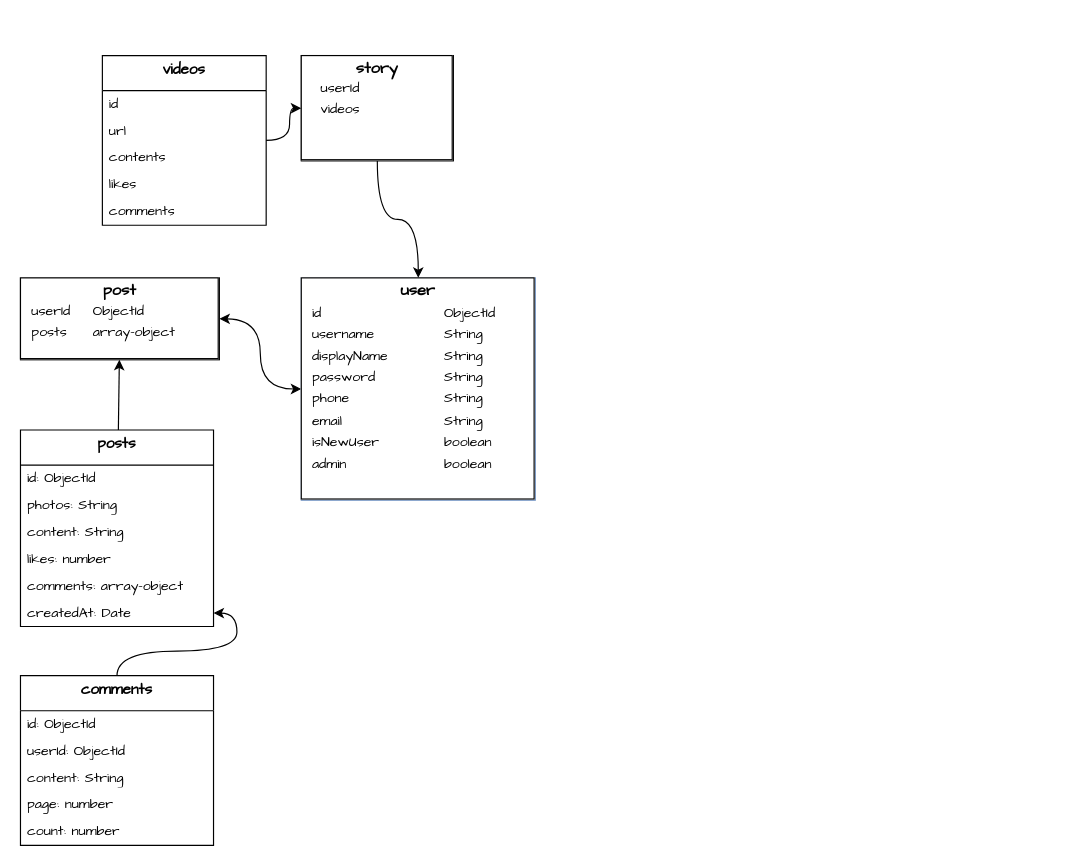
Above: Biểu đồ không có tiêu đề.drawio in Baodt2911/diagram_HobbyHub (draw.io), before the change. Source tidied: cells renumbered, new cells numbered last; positions are measured from the earlier drawing's top-left corner, leaving out a move shared by most shapes. Both pictures are drawn from the tidied source at 117%, with x=0, y=0 at pixel (20, 55).
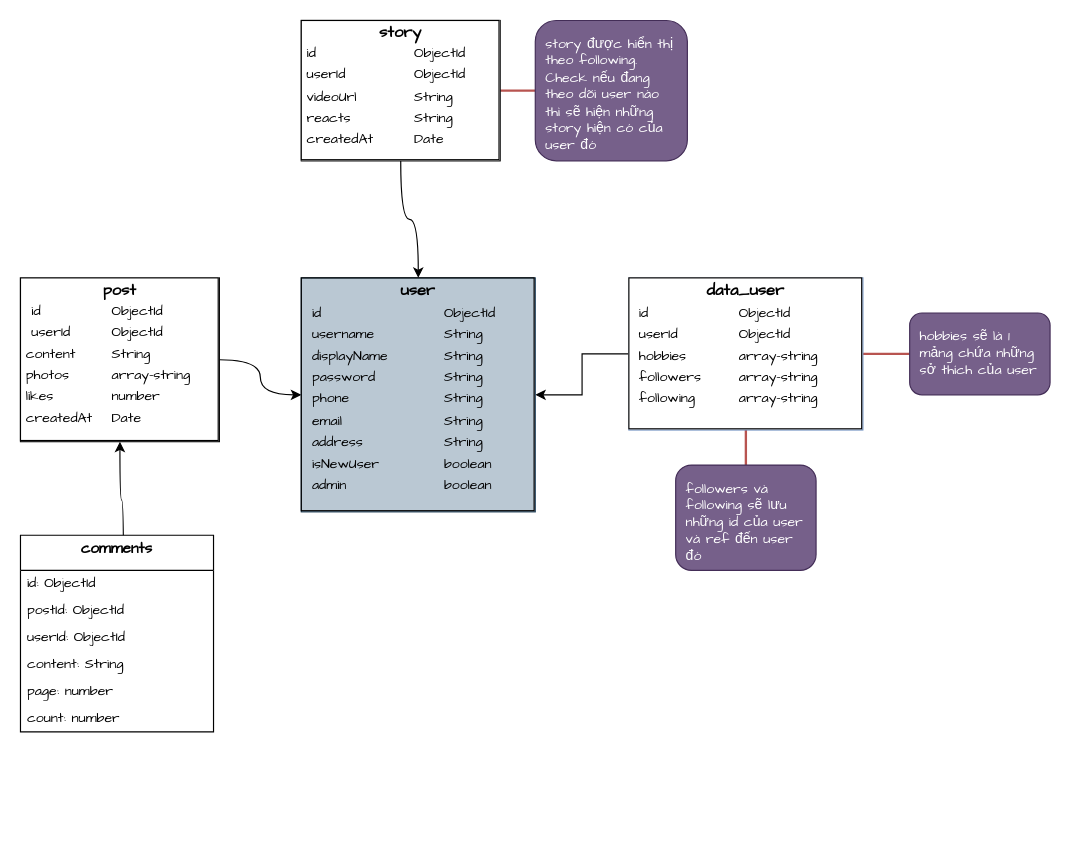
After the change.

The change refers to these unchanged cells:
```xml
<mxCell id="24" value="id: ObjectId" style="text;strokeColor=none;fillColor=none;align=left;verticalAlign=middle;spacingLeft=4;spacingRight=4;overflow=hidden;points=[[0,0.5],[1,0.5]];portConstraint=eastwest;whiteSpace=wrap;html=1;fontSize=12;fontFamily=Comic Sans MS;fontColor=default;" parent="23" vertex="1">
  <mxGeometry y="30" width="165" height="23" as="geometry" />
</mxCell>
```

The edit, as a diff of the source:
```diff
@@
-    <mxCell id="2" style="edgeStyle=orthogonalEdgeStyle;rounded=0;jettySize=auto;html=1;fontFamily=Comic Sans MS;fontSize=12;fontColor=default;curved=1;startArrow=classic;startFill=1;" parent="1" edge="1" source="3" target="4">
+    <mxCell id="2" style="edgeStyle=orthogonalEdgeStyle;rounded=0;jettySize=auto;html=1;fontFamily=Comic Sans MS;fontSize=12;fontColor=default;curved=1;startArrow=classic;startFill=1;endArrow=none;endFill=0;" parent="1" edge="1" source="3" target="4">
       <mxGeometry relative="1" as="geometry" />
     </mxCell>
+    <mxCell id="29" style="edgeStyle=orthogonalEdgeStyle;rounded=0;jettySize=auto;html=1;startArrow=classic;startFill=1;endArrow=none;endFill=0;" parent="1" edge="1" source="3" target="35">
+      <mxGeometry relative="1" as="geometry" />
+    </mxCell>
-    <mxCell id="3" value="&lt;div style=&quot;text-align: center; box-sizing: border-box; width: 100%; background-image: initial; background-position: initial; background-size: initial; background-repeat: initial; background-attachment: initial; background-origin: initial; background-clip: initial; padding: 2px;&quot;&gt;&lt;b&gt;&lt;font style=&quot;font-size: 14px;&quot;&gt;user&lt;/font&gt;&lt;/b&gt;&lt;/div&gt;&lt;table style=&quot;width:100%;font-size:1em;&quot; cellpadding=&quot;2&quot; cellspacing=&quot;0&quot;&gt;&lt;tbody&gt;&lt;tr&gt;&lt;td&gt;&lt;br&gt;&lt;/td&gt;&lt;td&gt;id&lt;/td&gt;&lt;td&gt;ObjectId&lt;/td&gt;&lt;/tr&gt;&lt;tr&gt;&lt;td&gt;&lt;br&gt;&lt;/td&gt;&lt;td&gt;username&lt;/td&gt;&lt;td&gt;String&lt;/td&gt;&lt;/tr&gt;&lt;tr&gt;&lt;td&gt;&lt;br&gt;&lt;/td&gt;&lt;td&gt;displayName&lt;/td&gt;&lt;td&gt;String&lt;/td&gt;&lt;/tr&gt;&lt;tr&gt;&lt;td&gt;&lt;br&gt;&lt;/td&gt;&lt;td&gt;password&lt;/td&gt;&lt;td&gt;String&lt;/td&gt;&lt;/tr&gt;&lt;tr&gt;&lt;td&gt;&lt;br&gt;&lt;/td&gt;&lt;td&gt;phone&lt;/td&gt;&lt;td&gt;String&lt;/td&gt;&lt;/tr&gt;&lt;tr&gt;&lt;td&gt;&lt;br&gt;&lt;/td&gt;&lt;td&gt;email&lt;/td&gt;&lt;td&gt;String&lt;/td&gt;&lt;/tr&gt;&lt;tr&gt;&lt;td&gt;&lt;br&gt;&lt;/td&gt;&lt;td&gt;isNewUser&lt;/td&gt;&lt;td&gt;boolean&lt;/td&gt;&lt;/tr&gt;&lt;tr&gt;&lt;td&gt;&lt;br&gt;&lt;/td&gt;&lt;td&gt;admin&lt;/td&gt;&lt;td&gt;boolean&lt;/td&gt;&lt;/tr&gt;&lt;tr&gt;&lt;td&gt;&lt;br&gt;&lt;/td&gt;&lt;td&gt;&lt;br&gt;&lt;/td&gt;&lt;td&gt;&lt;br&gt;&lt;/td&gt;&lt;/tr&gt;&lt;tr&gt;&lt;td&gt;&lt;br&gt;&lt;/td&gt;&lt;td&gt;&lt;br&gt;&lt;/td&gt;&lt;td&gt;&lt;br&gt;&lt;/td&gt;&lt;/tr&gt;&lt;/tbody&gt;&lt;/table&gt;" style="verticalAlign=top;align=left;overflow=fill;html=1;whiteSpace=wrap;rounded=0;shadow=0;glass=0;strokeColor=#6c8ebf;spacing=9;fontFamily=Comic Sans MS;fontSize=12;fontColor=default;fillColor=#dae8fc;gradientColor=none;textDirection=ltr;labelBackgroundColor=default;labelBorderColor=default;" parent="1" vertex="1">
-      <mxGeometry x="240" y="190" width="200" height="190" as="geometry" />
+    <mxCell id="3" value="&lt;div style=&quot;text-align: center; box-sizing: border-box; width: 100%; background-image: initial; background-position: initial; background-size: initial; background-repeat: initial; background-attachment: initial; background-origin: initial; background-clip: initial; padding: 2px;&quot;&gt;&lt;b&gt;&lt;font style=&quot;font-size: 14px;&quot;&gt;user&lt;/font&gt;&lt;/b&gt;&lt;/div&gt;&lt;table style=&quot;width:100%;font-size:1em;&quot; cellpadding=&quot;2&quot; cellspacing=&quot;0&quot;&gt;&lt;tbody&gt;&lt;tr&gt;&lt;td&gt;&lt;br&gt;&lt;/td&gt;&lt;td&gt;id&lt;/td&gt;&lt;td&gt;ObjectId&lt;/td&gt;&lt;/tr&gt;&lt;tr&gt;&lt;td&gt;&lt;br&gt;&lt;/td&gt;&lt;td&gt;username&lt;/td&gt;&lt;td&gt;String&lt;/td&gt;&lt;/tr&gt;&lt;tr&gt;&lt;td&gt;&lt;br&gt;&lt;/td&gt;&lt;td&gt;displayName&lt;/td&gt;&lt;td&gt;String&lt;/td&gt;&lt;/tr&gt;&lt;tr&gt;&lt;td&gt;&lt;br&gt;&lt;/td&gt;&lt;td&gt;password&lt;/td&gt;&lt;td&gt;String&lt;/td&gt;&lt;/tr&gt;&lt;tr&gt;&lt;td&gt;&lt;br&gt;&lt;/td&gt;&lt;td&gt;phone&lt;/td&gt;&lt;td&gt;String&lt;/td&gt;&lt;/tr&gt;&lt;tr&gt;&lt;td&gt;&lt;br&gt;&lt;/td&gt;&lt;td&gt;email&lt;/td&gt;&lt;td&gt;String&lt;/td&gt;&lt;/tr&gt;&lt;tr&gt;&lt;td&gt;&lt;br&gt;&lt;/td&gt;&lt;td&gt;address&lt;/td&gt;&lt;td&gt;String&lt;/td&gt;&lt;/tr&gt;&lt;tr&gt;&lt;td&gt;&lt;br&gt;&lt;/td&gt;&lt;td&gt;isNewUser&lt;/td&gt;&lt;td&gt;boolean&lt;/td&gt;&lt;/tr&gt;&lt;tr&gt;&lt;td&gt;&lt;br&gt;&lt;/td&gt;&lt;td&gt;admin&lt;/td&gt;&lt;td&gt;boolean&lt;/td&gt;&lt;/tr&gt;&lt;tr&gt;&lt;td&gt;&lt;br&gt;&lt;/td&gt;&lt;td&gt;&lt;br&gt;&lt;/td&gt;&lt;td&gt;&lt;br&gt;&lt;/td&gt;&lt;/tr&gt;&lt;tr&gt;&lt;td&gt;&lt;br&gt;&lt;/td&gt;&lt;td&gt;&lt;br&gt;&lt;/td&gt;&lt;td&gt;&lt;br&gt;&lt;/td&gt;&lt;/tr&gt;&lt;/tbody&gt;&lt;/table&gt;" style="verticalAlign=top;align=left;overflow=fill;html=1;whiteSpace=wrap;rounded=0;shadow=0;glass=0;spacing=9;fontFamily=Comic Sans MS;fontSize=12;fillColor=#bac8d3;textDirection=ltr;labelBackgroundColor=none;labelBorderColor=default;fillStyle=solid;strokeColor=#23445d;" parent="1" vertex="1">
+      <mxGeometry x="240" y="190" width="200" height="200" as="geometry" />
     </mxCell>
+    <mxCell id="30" style="rounded=0;jettySize=auto;html=1;endArrow=classic;endFill=1;edgeStyle=orthogonalEdgeStyle;curved=1;startArrow=classic;startFill=1;" parent="1" edge="1" source="4" target="24">
+      <mxGeometry relative="1" as="geometry">
+        <Array as="points">
+          <mxPoint x="85" y="380" />
+          <mxPoint x="88" y="380" />
+        </Array>
+      </mxGeometry>
+    </mxCell>
-    <mxCell id="4" value="&lt;div style=&quot;text-align: center; box-sizing: border-box; width: 100%; background-image: initial; background-position: initial; background-size: initial; background-repeat: initial; background-attachment: initial; background-origin: initial; background-clip: initial; padding: 2px;&quot;&gt;&lt;span style=&quot;font-size: 14px;&quot;&gt;&lt;b&gt;post&lt;/b&gt;&lt;/span&gt;&lt;br&gt;&lt;table style=&quot;font-size: 1em; text-align: left; width: 100%;&quot; cellpadding=&quot;2&quot; cellspacing=&quot;0&quot;&gt;&lt;tbody&gt;&lt;tr&gt;&lt;td&gt;&amp;nbsp;userId&lt;/td&gt;&lt;td&gt;ObjectId&lt;/td&gt;&lt;td&gt;&lt;br&gt;&lt;/td&gt;&lt;/tr&gt;&lt;tr&gt;&lt;td&gt;&amp;nbsp;posts&lt;/td&gt;&lt;td&gt;array-object&lt;/td&gt;&lt;td&gt;&lt;br&gt;&lt;/td&gt;&lt;/tr&gt;&lt;/tbody&gt;&lt;/table&gt;&lt;/div&gt;" style="verticalAlign=top;align=left;overflow=fill;html=1;rounded=0;shadow=0;glass=0;strokeColor=default;spacing=9;fontFamily=Comic Sans MS;fontSize=12;fontColor=default;fillColor=default;gradientColor=none;textDirection=ltr;labelBackgroundColor=default;labelBorderColor=default;fillStyle=solid;whiteSpace=wrap;" parent="1" vertex="1">
-      <mxGeometry y="190" width="170" height="70" as="geometry" />
+    <mxCell id="4" value="&lt;div style=&quot;text-align: center; box-sizing: border-box; width: 100%; background-image: initial; background-position: initial; background-size: initial; background-repeat: initial; background-attachment: initial; background-origin: initial; background-clip: initial; padding: 2px;&quot;&gt;&lt;span style=&quot;font-size: 14px;&quot;&gt;&lt;b&gt;post&lt;/b&gt;&lt;/span&gt;&lt;br&gt;&lt;table style=&quot;font-size: 1em; text-align: left; width: 100%;&quot; cellpadding=&quot;2&quot; cellspacing=&quot;0&quot;&gt;&lt;tbody&gt;&lt;tr&gt;&lt;td&gt;&amp;nbsp;id&lt;/td&gt;&lt;td&gt;ObjectId&lt;/td&gt;&lt;td&gt;&lt;br&gt;&lt;/td&gt;&lt;/tr&gt;&lt;tr&gt;&lt;td&gt;&amp;nbsp;userId&lt;/td&gt;&lt;td&gt;ObjectId&lt;/td&gt;&lt;td&gt;&lt;br&gt;&lt;/td&gt;&lt;/tr&gt;&lt;tr&gt;&lt;td&gt;content&lt;br&gt;&lt;/td&gt;&lt;td&gt;String&lt;/td&gt;&lt;td&gt;&lt;br&gt;&lt;/td&gt;&lt;/tr&gt;&lt;tr&gt;&lt;td&gt;photos&lt;/td&gt;&lt;td&gt;array-string&lt;/td&gt;&lt;td&gt;&lt;br&gt;&lt;/td&gt;&lt;/tr&gt;&lt;tr&gt;&lt;td&gt;likes&lt;/td&gt;&lt;td&gt;number&lt;/td&gt;&lt;td&gt;&lt;br&gt;&lt;/td&gt;&lt;/tr&gt;&lt;tr&gt;&lt;td&gt;createdAt&lt;/td&gt;&lt;td&gt;Date&lt;/td&gt;&lt;td&gt;&lt;br&gt;&lt;/td&gt;&lt;/tr&gt;&lt;tr&gt;&lt;td&gt;&lt;br&gt;&lt;/td&gt;&lt;td&gt;&lt;br&gt;&lt;/td&gt;&lt;td&gt;&lt;br&gt;&lt;/td&gt;&lt;/tr&gt;&lt;/tbody&gt;&lt;/table&gt;&lt;/div&gt;" style="verticalAlign=top;align=left;overflow=fill;html=1;rounded=0;shadow=0;glass=0;strokeColor=default;spacing=9;fontFamily=Comic Sans MS;fontSize=12;fontColor=default;fillColor=default;gradientColor=none;textDirection=ltr;labelBackgroundColor=default;labelBorderColor=default;fillStyle=solid;whiteSpace=wrap;" parent="1" vertex="1">
+      <mxGeometry y="190" width="170" height="140" as="geometry" />
     </mxCell>
-    <mxCell id="5" style="rounded=0;jettySize=auto;html=1;fontFamily=Comic Sans MS;fontSize=13;fontColor=default;startSize=30;" parent="1" edge="1" source="6" target="4">
-      <mxGeometry relative="1" as="geometry" />
-    </mxCell>
-    <mxCell id="6" value="posts" style="swimlane;fontStyle=1;horizontal=1;startSize=30;whiteSpace=wrap;html=1;rounded=0;shadow=0;glass=0;labelBackgroundColor=none;labelBorderColor=none;strokeColor=default;align=center;verticalAlign=middle;spacing=9;fontFamily=Comic Sans MS;fontSize=13;fontColor=default;fillColor=default;gradientColor=none;spacingTop=-7;swimlaneFillColor=default;" parent="1" vertex="1">
-      <mxGeometry y="320" width="165" height="168" as="geometry" />
-    </mxCell>
-    <mxCell id="7" value="id: ObjectId" style="text;strokeColor=none;fillColor=none;align=left;verticalAlign=middle;spacingLeft=4;spacingRight=4;overflow=hidden;whiteSpace=wrap;html=1;fontSize=12;fontFamily=Comic Sans MS;fontColor=default;" parent="6" vertex="1">
-      <mxGeometry y="30" width="165" height="23" as="geometry" />
-    </mxCell>
-    <mxCell id="8" value="photos: String" style="text;strokeColor=none;fillColor=none;align=left;verticalAlign=middle;spacingLeft=4;spacingRight=4;overflow=hidden;whiteSpace=wrap;html=1;fontSize=12;fontFamily=Comic Sans MS;fontColor=default;" parent="6" vertex="1">
-      <mxGeometry y="53" width="165" height="23" as="geometry" />
-    </mxCell>
-    <mxCell id="9" value="content: String" style="text;strokeColor=none;fillColor=none;align=left;verticalAlign=middle;spacingLeft=4;spacingRight=4;overflow=hidden;whiteSpace=wrap;html=1;fontSize=12;fontFamily=Comic Sans MS;fontColor=default;" parent="6" vertex="1">
-      <mxGeometry y="76" width="165" height="23" as="geometry" />
-    </mxCell>
-    <mxCell id="10" value="likes: number" style="text;strokeColor=none;fillColor=none;align=left;verticalAlign=middle;spacingLeft=4;spacingRight=4;overflow=hidden;whiteSpace=wrap;html=1;fontSize=12;fontFamily=Comic Sans MS;fontColor=default;" parent="6" vertex="1">
-      <mxGeometry y="99" width="165" height="23" as="geometry" />
-    </mxCell>
-    <mxCell id="11" value="comments: array-object" style="text;strokeColor=none;fillColor=none;align=left;verticalAlign=middle;spacingLeft=4;spacingRight=4;overflow=hidden;whiteSpace=wrap;html=1;fontSize=12;fontFamily=Comic Sans MS;fontColor=default;" parent="6" vertex="1">
-      <mxGeometry y="122" width="165" height="23" as="geometry" />
-    </mxCell>
-    <mxCell id="12" value="createdAt: Date" style="text;strokeColor=none;fillColor=none;align=left;verticalAlign=middle;spacingLeft=4;spacingRight=4;overflow=hidden;points=[[0,0.5],[1,0.5]];portConstraint=eastwest;whiteSpace=wrap;html=1;fontSize=12;fontFamily=Comic Sans MS;fontColor=default;" parent="6" vertex="1">
-      <mxGeometry y="145" width="165" height="23" as="geometry" />
-    </mxCell>
@@
+    <mxCell id="31" style="edgeStyle=orthogonalEdgeStyle;rounded=0;jettySize=auto;html=1;endArrow=none;endFill=0;fillColor=#f8cecc;strokeColor=#b85450;strokeWidth=2;" parent="1" edge="1" source="14" target="37">
+      <mxGeometry relative="1" as="geometry" />
+    </mxCell>
-    <mxCell id="14" value="&lt;div style=&quot;text-align: center; box-sizing: border-box; width: 100%; background-image: initial; background-position: initial; background-size: initial; background-repeat: initial; background-attachment: initial; background-origin: initial; background-clip: initial; padding: 2px;&quot;&gt;&lt;span style=&quot;font-size: 14px;&quot;&gt;&lt;b&gt;story&lt;/b&gt;&lt;/span&gt;&lt;br&gt;&lt;table style=&quot;font-size: 1em; text-align: left; width: 100%;&quot; cellpadding=&quot;2&quot; cellspacing=&quot;0&quot;&gt;&lt;tbody&gt;&lt;tr&gt;&lt;td&gt;&lt;br&gt;&lt;/td&gt;&lt;td&gt;userId&lt;/td&gt;&lt;/tr&gt;&lt;tr&gt;&lt;td&gt;&lt;br&gt;&lt;/td&gt;&lt;td&gt;videos&lt;/td&gt;&lt;/tr&gt;&lt;/tbody&gt;&lt;/table&gt;&lt;/div&gt;" style="verticalAlign=top;align=left;overflow=fill;html=1;rounded=0;shadow=0;glass=0;strokeColor=default;spacing=9;fontFamily=Comic Sans MS;fontSize=12;fontColor=default;fillColor=default;gradientColor=none;textDirection=ltr;labelBackgroundColor=default;labelBorderColor=default;fillStyle=solid;whiteSpace=wrap;" parent="1" vertex="1">
-      <mxGeometry x="240" width="130" height="90" as="geometry" />
+    <mxCell id="14" value="&lt;div style=&quot;text-align: center; box-sizing: border-box; width: 100%; background-image: initial; background-position: initial; background-size: initial; background-repeat: initial; background-attachment: initial; background-origin: initial; background-clip: initial; padding: 2px;&quot;&gt;&lt;span style=&quot;font-size: 14px;&quot;&gt;&lt;b&gt;story&lt;/b&gt;&lt;/span&gt;&lt;br&gt;&lt;table style=&quot;font-size: 1em; text-align: left; width: 100%;&quot; cellpadding=&quot;2&quot; cellspacing=&quot;0&quot;&gt;&lt;tbody&gt;&lt;tr&gt;&lt;td&gt;id&lt;/td&gt;&lt;td&gt;ObjectId&lt;/td&gt;&lt;/tr&gt;&lt;tr&gt;&lt;td&gt;userId&lt;/td&gt;&lt;td&gt;ObjectId&lt;/td&gt;&lt;/tr&gt;&lt;tr&gt;&lt;td&gt;videoUrl&lt;/td&gt;&lt;td&gt;String&lt;/td&gt;&lt;/tr&gt;&lt;tr&gt;&lt;td&gt;reacts&lt;/td&gt;&lt;td&gt;String&lt;/td&gt;&lt;/tr&gt;&lt;tr&gt;&lt;td&gt;createdAt&lt;/td&gt;&lt;td&gt;Date&lt;/td&gt;&lt;/tr&gt;&lt;tr&gt;&lt;td&gt;&lt;br&gt;&lt;/td&gt;&lt;td&gt;&lt;br&gt;&lt;/td&gt;&lt;/tr&gt;&lt;/tbody&gt;&lt;/table&gt;&lt;/div&gt;" style="verticalAlign=top;align=left;overflow=fill;html=1;rounded=0;shadow=0;glass=0;strokeColor=default;spacing=9;fontFamily=Comic Sans MS;fontSize=12;fontColor=default;fillColor=default;gradientColor=none;textDirection=ltr;labelBackgroundColor=default;labelBorderColor=default;fillStyle=solid;whiteSpace=wrap;" parent="1" vertex="1">
+      <mxGeometry x="240" y="-30" width="170" height="120" as="geometry" />
     </mxCell>
-    <mxCell id="15" value="videos" style="swimlane;fontStyle=1;horizontal=1;startSize=30;whiteSpace=wrap;html=1;rounded=0;shadow=0;glass=0;labelBackgroundColor=none;labelBorderColor=none;strokeColor=default;align=center;verticalAlign=middle;spacing=9;fontFamily=Comic Sans MS;fontSize=13;fontColor=default;fillColor=default;gradientColor=none;spacingTop=-7;swimlaneFillColor=default;" parent="1" vertex="1">
-      <mxGeometry x="70" width="140" height="145" as="geometry" />
-    </mxCell>
-    <mxCell id="16" value="id" style="text;strokeColor=none;fillColor=none;align=left;verticalAlign=middle;spacingLeft=4;spacingRight=4;overflow=hidden;whiteSpace=wrap;html=1;fontSize=12;fontFamily=Comic Sans MS;fontColor=default;" parent="15" vertex="1">
-      <mxGeometry y="30" width="140" height="23" as="geometry" />
-    </mxCell>
-    <mxCell id="17" value="url" style="text;strokeColor=none;fillColor=none;align=left;verticalAlign=middle;spacingLeft=4;spacingRight=4;overflow=hidden;whiteSpace=wrap;html=1;fontSize=12;fontFamily=Comic Sans MS;fontColor=default;" parent="15" vertex="1">
-      <mxGeometry y="53" width="140" height="23" as="geometry" />
-    </mxCell>
-    <mxCell id="18" value="contents" style="text;strokeColor=none;fillColor=none;align=left;verticalAlign=middle;spacingLeft=4;spacingRight=4;overflow=hidden;whiteSpace=wrap;html=1;fontSize=12;fontFamily=Comic Sans MS;fontColor=default;" parent="15" vertex="1">
-      <mxGeometry y="76" width="140" height="23" as="geometry" />
-    </mxCell>
-    <mxCell id="19" value="likes" style="text;strokeColor=none;fillColor=none;align=left;verticalAlign=middle;spacingLeft=4;spacingRight=4;overflow=hidden;whiteSpace=wrap;html=1;fontSize=12;fontFamily=Comic Sans MS;fontColor=default;" parent="15" vertex="1">
-      <mxGeometry y="99" width="140" height="23" as="geometry" />
-    </mxCell>
-    <mxCell id="20" value="comments" style="text;strokeColor=none;fillColor=none;align=left;verticalAlign=middle;spacingLeft=4;spacingRight=4;overflow=hidden;whiteSpace=wrap;html=1;fontSize=12;fontFamily=Comic Sans MS;fontColor=default;" parent="15" vertex="1">
-      <mxGeometry y="122" width="140" height="23" as="geometry" />
-    </mxCell>
-    <mxCell id="21" style="edgeStyle=orthogonalEdgeStyle;rounded=0;jettySize=auto;html=1;fontFamily=Comic Sans MS;fontSize=13;fontColor=default;startSize=30;curved=1;" parent="1" edge="1" source="15" target="14">
-      <mxGeometry relative="1" as="geometry" />
-    </mxCell>
-    <mxCell id="22" style="edgeStyle=orthogonalEdgeStyle;curved=1;rounded=0;jettySize=auto;html=1;fontFamily=Comic Sans MS;fontSize=12;fontColor=default;startSize=30;" parent="1" edge="1" source="23" target="12">
-      <mxGeometry relative="1" as="geometry" />
-    </mxCell>
     <mxCell id="23" value="comments" style="swimlane;fontStyle=1;horizontal=1;startSize=30;whiteSpace=wrap;html=1;rounded=0;shadow=0;glass=0;labelBackgroundColor=none;labelBorderColor=none;strokeColor=default;align=center;verticalAlign=middle;spacing=9;fontFamily=Comic Sans MS;fontSize=13;fontColor=default;fillColor=default;gradientColor=none;spacingTop=-7;swimlaneFillColor=default;" parent="1" vertex="1">
-      <mxGeometry y="530" width="165" height="145" as="geometry" />
+      <mxGeometry y="410" width="165" height="168" as="geometry" />
     </mxCell>
@@
-    <mxCell id="25" value="userId: ObjectId" style="text;strokeColor=none;fillColor=none;align=left;verticalAlign=middle;spacingLeft=4;spacingRight=4;overflow=hidden;whiteSpace=wrap;html=1;fontSize=12;fontFamily=Comic Sans MS;fontColor=default;" parent="23" vertex="1">
+    <mxCell id="25" value="postId: ObjectId" style="text;strokeColor=none;fillColor=none;align=left;verticalAlign=middle;spacingLeft=4;spacingRight=4;overflow=hidden;whiteSpace=wrap;html=1;fontSize=12;fontFamily=Comic Sans MS;fontColor=default;" parent="23" vertex="1">
       <mxGeometry y="53" width="165" height="23" as="geometry" />
     </mxCell>
+    <mxCell id="32" value="userId: ObjectId" style="text;strokeColor=none;fillColor=none;align=left;verticalAlign=middle;spacingLeft=4;spacingRight=4;overflow=hidden;whiteSpace=wrap;html=1;fontSize=12;fontFamily=Comic Sans MS;fontColor=default;" parent="23" vertex="1">
+      <mxGeometry y="76" width="165" height="23" as="geometry" />
+    </mxCell>
     <mxCell id="26" value="content: String" style="text;strokeColor=none;fillColor=none;align=left;verticalAlign=middle;spacingLeft=4;spacingRight=4;overflow=hidden;whiteSpace=wrap;html=1;fontSize=12;fontFamily=Comic Sans MS;fontColor=default;" parent="23" vertex="1">
-      <mxGeometry y="76" width="165" height="23" as="geometry" />
+      <mxGeometry y="99" width="165" height="23" as="geometry" />
     </mxCell>
     <mxCell id="27" value="page: number" style="text;strokeColor=none;fillColor=none;align=left;verticalAlign=middle;spacingLeft=4;spacingRight=4;overflow=hidden;whiteSpace=wrap;html=1;fontSize=12;fontFamily=Comic Sans MS;fontColor=default;" parent="23" vertex="1">
-      <mxGeometry y="99" width="165" height="23" as="geometry" />
+      <mxGeometry y="122" width="165" height="23" as="geometry" />
     </mxCell>
     <mxCell id="28" value="count: number" style="text;strokeColor=none;fillColor=none;align=left;verticalAlign=middle;spacingLeft=4;spacingRight=4;overflow=hidden;whiteSpace=wrap;html=1;fontSize=12;fontFamily=Comic Sans MS;fontColor=default;" parent="23" vertex="1">
-      <mxGeometry y="122" width="165" height="23" as="geometry" />
+      <mxGeometry y="145" width="165" height="23" as="geometry" />
     </mxCell>
+    <mxCell id="33" style="edgeStyle=orthogonalEdgeStyle;rounded=0;jettySize=auto;html=1;endArrow=none;endFill=0;fillColor=#f8cecc;strokeColor=#b85450;strokeWidth=2;" parent="1" edge="1" source="35" target="36">
+      <mxGeometry relative="1" as="geometry" />
+    </mxCell>
+    <mxCell id="34" style="edgeStyle=orthogonalEdgeStyle;rounded=0;jettySize=auto;html=1;fillColor=#f8cecc;strokeColor=#b85450;strokeWidth=2;endArrow=none;endFill=0;" parent="1" edge="1" source="35" target="38">
+      <mxGeometry relative="1" as="geometry" />
+    </mxCell>
+    <mxCell id="35" value="&lt;div style=&quot;text-align: center; box-sizing: border-box; width: 100%; background-image: initial; background-position: initial; background-size: initial; background-repeat: initial; background-attachment: initial; background-origin: initial; background-clip: initial; padding: 2px;&quot;&gt;&lt;b&gt;&lt;font style=&quot;font-size: 14px;&quot;&gt;data_user&lt;/font&gt;&lt;/b&gt;&lt;/div&gt;&lt;table style=&quot;width:100%;font-size:1em;&quot; cellpadding=&quot;2&quot; cellspacing=&quot;0&quot;&gt;&lt;tbody&gt;&lt;tr&gt;&lt;td&gt;&lt;br&gt;&lt;/td&gt;&lt;td&gt;id&lt;/td&gt;&lt;td&gt;ObjectId&lt;/td&gt;&lt;/tr&gt;&lt;tr&gt;&lt;td&gt;&lt;br&gt;&lt;/td&gt;&lt;td&gt;userId&lt;/td&gt;&lt;td&gt;ObjectId&lt;/td&gt;&lt;/tr&gt;&lt;tr&gt;&lt;td&gt;&lt;br&gt;&lt;/td&gt;&lt;td&gt;hobbies&lt;/td&gt;&lt;td&gt;array-string&lt;/td&gt;&lt;/tr&gt;&lt;tr&gt;&lt;td&gt;&lt;br&gt;&lt;/td&gt;&lt;td&gt;followers&lt;/td&gt;&lt;td&gt;array-string&lt;/td&gt;&lt;/tr&gt;&lt;tr&gt;&lt;td&gt;&lt;br&gt;&lt;/td&gt;&lt;td&gt;following&lt;/td&gt;&lt;td&gt;array-string&lt;/td&gt;&lt;/tr&gt;&lt;tr&gt;&lt;td&gt;&lt;br&gt;&lt;/td&gt;&lt;td&gt;&lt;br&gt;&lt;/td&gt;&lt;td&gt;&lt;br&gt;&lt;/td&gt;&lt;/tr&gt;&lt;/tbody&gt;&lt;/table&gt;" style="verticalAlign=top;align=left;overflow=fill;html=1;whiteSpace=wrap;rounded=0;shadow=0;glass=0;strokeColor=#6c8ebf;spacing=9;fontFamily=Comic Sans MS;fontSize=12;fontColor=default;fillColor=#dae8fc;gradientColor=none;textDirection=ltr;labelBackgroundColor=default;labelBorderColor=default;" parent="1" vertex="1">
+      <mxGeometry x="520" y="190" width="200" height="130" as="geometry" />
+    </mxCell>
+    <mxCell id="36" value="followers và following sẽ lưu những id của user và ref đến user đó" style="whiteSpace=wrap;html=1;fontFamily=Comic Sans MS;align=left;verticalAlign=top;fillColor=#76608a;strokeColor=#432D57;rounded=1;shadow=0;glass=0;spacing=9;labelBackgroundColor=none;labelBorderColor=none;fontColor=#ffffff;" parent="1" vertex="1">
+      <mxGeometry x="560" y="350" width="120" height="90" as="geometry" />
+    </mxCell>
+    <mxCell id="37" value="story được hiển thị theo following. Check nếu đang theo dõi user nào thì sẽ hiện những story hiện có của user đó" style="whiteSpace=wrap;html=1;fontFamily=Comic Sans MS;align=left;verticalAlign=top;rounded=1;shadow=0;glass=0;spacing=9;labelBackgroundColor=none;labelBorderColor=none;fillStyle=solid;fillColor=#76608a;fontColor=#ffffff;strokeColor=#432D57;" parent="1" vertex="1">
+      <mxGeometry x="440" y="-30" width="130" height="120" as="geometry" />
+    </mxCell>
+    <mxCell id="38" value="hobbies sẽ là 1 mảng chứa những sở thích của user" style="whiteSpace=wrap;html=1;fontFamily=Comic Sans MS;align=left;verticalAlign=top;fillColor=#76608a;strokeColor=#432D57;rounded=1;shadow=0;glass=0;spacing=9;labelBackgroundColor=none;labelBorderColor=none;fontColor=#ffffff;" parent="1" vertex="1">
+      <mxGeometry x="760" y="220" width="120" height="70" as="geometry" />
+    </mxCell>
```
